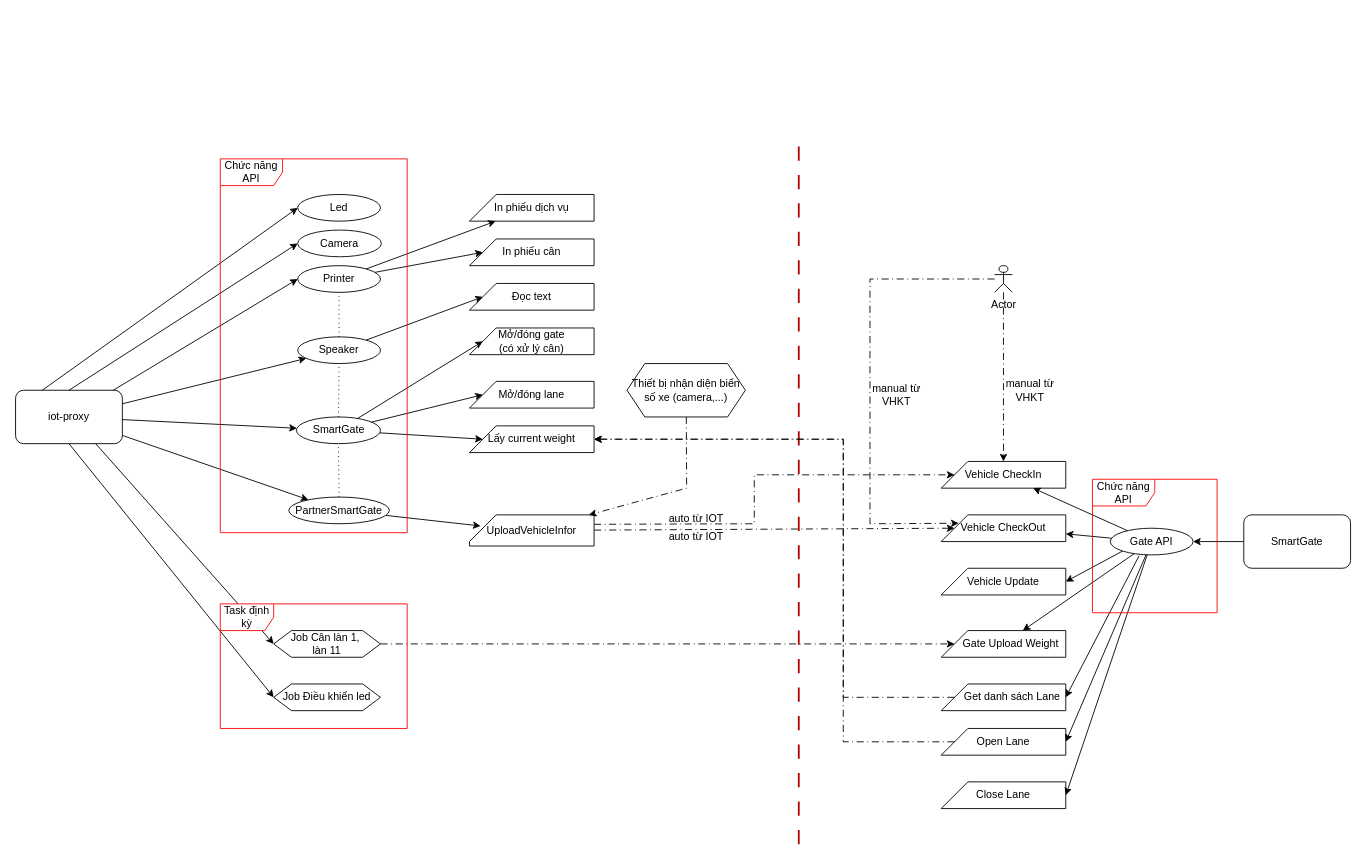
hiep1097/drawio keeps this draw.io diagram as SmartGate.drawio. Above is the earlier version. Source tidied: cells renumbered, new cells numbered last; positions are measured from the earlier drawing's top-left corner, leaving out a move shared by most shapes. Both pictures are drawn from the tidied source at 89%, with x=0, y=0 at pixel (15, 132).
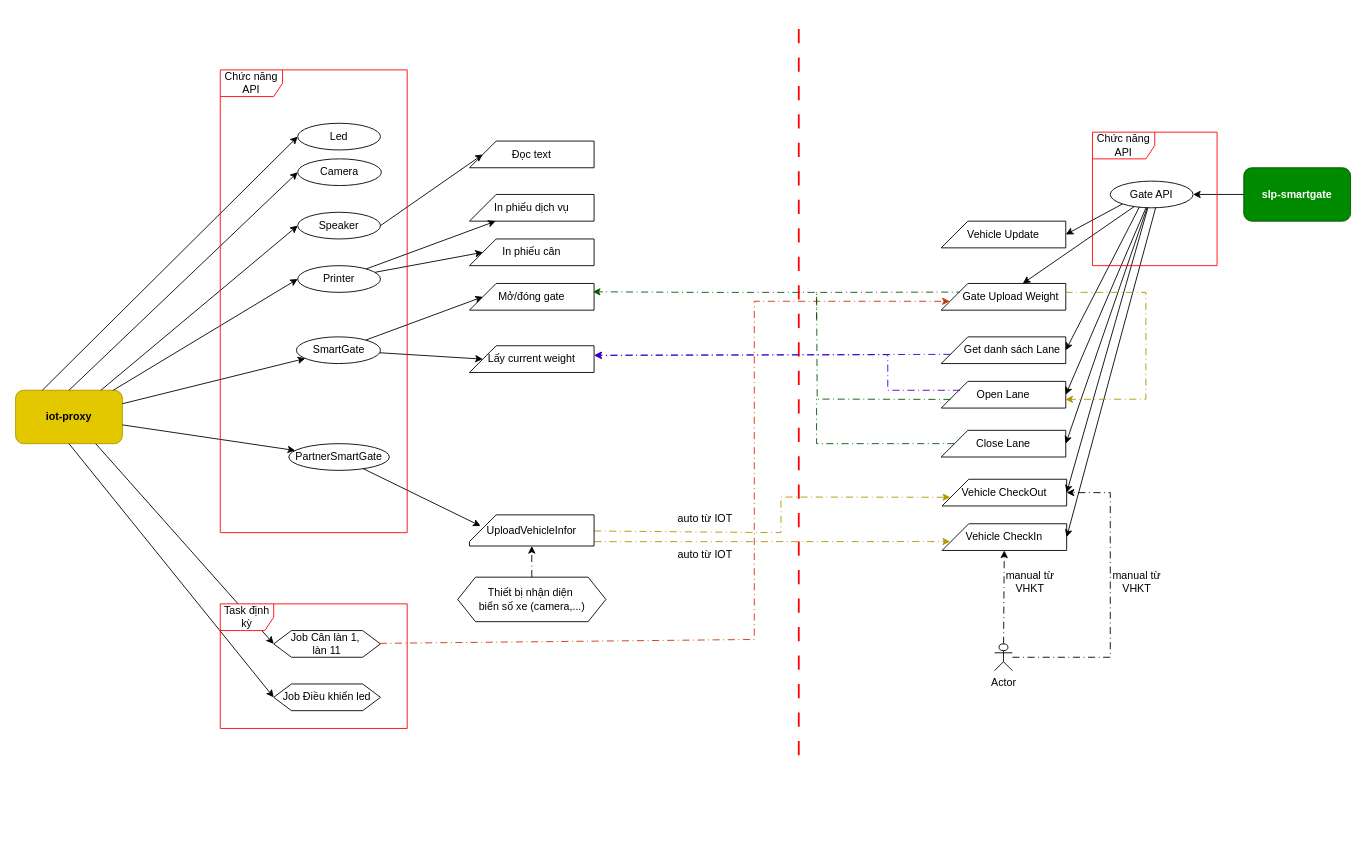
Above is the later version.

Commit message:
Cập nhật SmartGate.drawio

The change refers to these unchanged cells:
```xml
<mxCell id="3" value="Printer" style="ellipse;whiteSpace=wrap;html=1;" parent="1" vertex="1">
  <mxGeometry x="317" y="150" width="93" height="30" as="geometry" />
</mxCell>
<mxCell id="35" value="UploadVehicleInfor" style="shape=card;whiteSpace=wrap;html=1;" parent="1" vertex="1">
  <mxGeometry x="510" y="430" width="140" height="35" as="geometry" />
</mxCell>
<mxCell id="48" value="Job Cân làn 1,&amp;nbsp;&lt;div&gt;làn 11&lt;/div&gt;" style="shape=hexagon;perimeter=hexagonPerimeter2;whiteSpace=wrap;html=1;fixedSize=1;" parent="1" vertex="1">
  <mxGeometry x="290" y="560" width="120" height="30" as="geometry" />
</mxCell>
```

The edit, as a diff of the source:
```diff
@@
-    <mxCell id="2" value="iot-p&lt;span style=&quot;background-color: transparent; color: light-dark(rgb(0, 0, 0), rgb(255, 255, 255));&quot;&gt;roxy&lt;/span&gt;" style="rounded=1;whiteSpace=wrap;html=1;" parent="1" vertex="1">
+    <mxCell id="2" value="iot-p&lt;span style=&quot;background-color: transparent; color: light-dark(rgb(0, 0, 0), rgb(255, 255, 255));&quot;&gt;roxy&lt;/span&gt;" style="rounded=1;whiteSpace=wrap;html=1;fontStyle=1;fillColor=#e3c800;fontColor=#000000;strokeColor=#B09500;" parent="1" vertex="1">
       <mxGeometry y="290" width="120" height="60" as="geometry" />
     </mxCell>
@@
     <mxCell id="4" value="Speaker" style="ellipse;whiteSpace=wrap;html=1;" parent="1" vertex="1">
-      <mxGeometry x="317" y="230" width="93" height="30" as="geometry" />
+      <mxGeometry x="317" y="90" width="93" height="30" as="geometry" />
     </mxCell>
     <mxCell id="5" value="Camera" style="ellipse;whiteSpace=wrap;html=1;" parent="1" vertex="1">
-      <mxGeometry x="317" y="110" width="94" height="30" as="geometry" />
+      <mxGeometry x="317" y="30" width="94" height="30" as="geometry" />
     </mxCell>
     <mxCell id="6" value="SmartGate" style="ellipse;whiteSpace=wrap;html=1;" parent="1" vertex="1">
-      <mxGeometry x="315.5" y="320" width="94.5" height="30" as="geometry" />
+      <mxGeometry x="315.5" y="230" width="94.5" height="30" as="geometry" />
     </mxCell>
-    <mxCell id="7" value="Mở/đóng gate&lt;div&gt;(có xử lý cân)&lt;/div&gt;" style="shape=card;whiteSpace=wrap;html=1;" parent="1" vertex="1">
-      <mxGeometry x="510" y="220" width="140" height="30" as="geometry" />
+    <mxCell id="7" value="Mở/đóng gate" style="shape=card;whiteSpace=wrap;html=1;" parent="1" vertex="1">
+      <mxGeometry x="510" y="170" width="140" height="30" as="geometry" />
     </mxCell>
-    <mxCell id="8" value="Mở/đóng lane" style="shape=card;whiteSpace=wrap;html=1;" parent="1" vertex="1">
-      <mxGeometry x="510" y="280" width="140" height="30" as="geometry" />
-    </mxCell>
     <mxCell id="9" value="Led" style="ellipse;whiteSpace=wrap;html=1;" parent="1" vertex="1">
-      <mxGeometry x="317" y="70" width="93" height="30" as="geometry" />
+      <mxGeometry x="317" y="-10" width="93" height="30" as="geometry" />
     </mxCell>
@@
-    <mxCell id="13" style="endArrow=classic;html=1;rounded=0;" parent="1" edge="1" source="2" target="4">
+    <mxCell id="13" style="endArrow=classic;html=1;rounded=0;entryX=0;entryY=0.5;entryDx=0;entryDy=0;" parent="1" edge="1" source="2" target="4">
       <mxGeometry relative="1" as="geometry" />
     </mxCell>
@@
-    <mxCell id="16" style="endArrow=classic;html=1;rounded=0;entryX=0;entryY=0;entryDx=15;entryDy=15;entryPerimeter=0;" parent="1" edge="1" source="6" target="8">
-      <mxGeometry relative="1" as="geometry" />
-    </mxCell>
     <mxCell id="17" value="Lấy current weight" style="shape=card;whiteSpace=wrap;html=1;" parent="1" vertex="1">
-      <mxGeometry x="510" y="330" width="140" height="30" as="geometry" />
+      <mxGeometry x="510" y="240" width="140" height="30" as="geometry" />
     </mxCell>
@@
-    <mxCell id="19" value="SmartGate" style="rounded=1;whiteSpace=wrap;html=1;" parent="1" vertex="1">
-      <mxGeometry x="1380" y="430" width="120" height="60" as="geometry" />
+    <mxCell id="19" value="slp-smartgate" style="rounded=1;whiteSpace=wrap;html=1;fontStyle=1;fillColor=#008a00;fontColor=#ffffff;strokeColor=#005700;" parent="1" vertex="1">
+      <mxGeometry x="1380" y="40" width="120" height="60" as="geometry" />
     </mxCell>
     <mxCell id="20" value="Gate API" style="ellipse;whiteSpace=wrap;html=1;" parent="1" vertex="1">
-      <mxGeometry x="1230" y="445" width="93" height="30" as="geometry" />
+      <mxGeometry x="1230" y="55" width="93" height="30" as="geometry" />
     </mxCell>
     <mxCell id="21" value="Vehicle CheckIn" style="shape=card;whiteSpace=wrap;html=1;" parent="1" vertex="1">
-      <mxGeometry x="1040" y="370" width="140" height="30" as="geometry" />
+      <mxGeometry x="1041" y="440" width="140" height="30" as="geometry" />
     </mxCell>
     <mxCell id="22" value="Vehicle CheckOut" style="shape=card;whiteSpace=wrap;html=1;" parent="1" vertex="1">
-      <mxGeometry x="1040" y="430" width="140" height="30" as="geometry" />
+      <mxGeometry x="1041" y="390" width="140" height="30" as="geometry" />
     </mxCell>
@@
-    <mxCell id="24" style="endArrow=classic;html=1;rounded=0;" parent="1" edge="1" source="20" target="21">
+    <mxCell id="24" style="endArrow=classic;html=1;rounded=0;exitX=0.548;exitY=0.997;exitDx=0;exitDy=0;exitPerimeter=0;entryX=1;entryY=0.5;entryDx=0;entryDy=0;entryPerimeter=0;" parent="1" edge="1" source="20" target="21">
       <mxGeometry relative="1" as="geometry" />
     </mxCell>
-    <mxCell id="25" style="endArrow=classic;html=1;rounded=0;" parent="1" edge="1" source="20" target="22">
+    <mxCell id="25" style="endArrow=classic;html=1;rounded=0;entryX=1;entryY=0.5;entryDx=0;entryDy=0;entryPerimeter=0;" parent="1" edge="1" source="20" target="22">
       <mxGeometry relative="1" as="geometry" />
     </mxCell>
     <mxCell id="26" value="PartnerSmartGate" style="ellipse;whiteSpace=wrap;html=1;" parent="1" vertex="1">
-      <mxGeometry x="307" y="410" width="113" height="30" as="geometry" />
+      <mxGeometry x="307" y="350" width="113" height="30" as="geometry" />
     </mxCell>
@@
-    <mxCell id="28" style="endArrow=classic;html=1;rounded=0;dashed=1;entryX=0;entryY=0;entryDx=15;entryDy=15;entryPerimeter=0;exitX=0.999;exitY=0.303;exitDx=0;exitDy=0;exitPerimeter=0;dashPattern=8 4 1 4;" parent="1" edge="1" source="35" target="21">
+    <mxCell id="28" style="endArrow=classic;html=1;rounded=0;dashed=1;exitX=1.003;exitY=0.86;exitDx=0;exitDy=0;exitPerimeter=0;dashPattern=8 4 1 4;fillColor=#e3c800;strokeColor=#B09500;" parent="1" edge="1" source="35">
       <mxGeometry relative="1" as="geometry">
-        <Array as="points">
-          <mxPoint x="830" y="440" />
-          <mxPoint x="830" y="385" />
-        </Array>
+        <mxPoint x="1050" y="460" as="targetPoint" />
       </mxGeometry>
     </mxCell>
     <mxCell id="29" value="auto từ IOT" style="text;html=1;whiteSpace=wrap;strokeColor=none;fillColor=none;align=center;verticalAlign=middle;rounded=0;" parent="1" vertex="1">
-      <mxGeometry x="720" y="420" width="90" height="30" as="geometry" />
+      <mxGeometry x="730" y="420" width="90" height="30" as="geometry" />
     </mxCell>
     <mxCell id="30" value="Actor" style="shape=umlActor;verticalLabelPosition=bottom;verticalAlign=top;html=1;outlineConnect=0;" parent="1" vertex="1">
-      <mxGeometry x="1100" y="150" width="20" height="30" as="geometry" />
+      <mxGeometry x="1100" y="575" width="20" height="30" as="geometry" />
     </mxCell>
@@
     <mxCell id="32" value="manual từ VHKT" style="text;html=1;whiteSpace=wrap;strokeColor=none;fillColor=none;align=center;verticalAlign=middle;rounded=0;" parent="1" vertex="1">
-      <mxGeometry x="1110" y="275" width="60" height="30" as="geometry" />
+      <mxGeometry x="1110" y="490" width="60" height="30" as="geometry" />
     </mxCell>
-    <mxCell id="33" style="endArrow=classic;html=1;rounded=0;dashed=1;entryX=0;entryY=0;entryDx=15;entryDy=15;entryPerimeter=0;dashPattern=8 4 1 4;" parent="1" edge="1" source="35" target="22">
-      <mxGeometry relative="1" as="geometry" />
+    <mxCell id="33" style="endArrow=classic;html=1;rounded=0;dashed=1;entryX=0.066;entryY=0.674;entryDx=0;entryDy=0;entryPerimeter=0;dashPattern=8 4 1 4;fillColor=#e3c800;strokeColor=#B09500;" parent="1" edge="1" source="35" target="22">
+      <mxGeometry relative="1" as="geometry">
+        <Array as="points">
+          <mxPoint x="860" y="450" />
+          <mxPoint x="860" y="410" />
+        </Array>
+      </mxGeometry>
     </mxCell>
-    <mxCell id="34" style="endArrow=classic;html=1;rounded=0;dashed=1;entryX=0.14;entryY=0.314;entryDx=0;entryDy=0;entryPerimeter=0;dashPattern=8 4 1 4;" parent="1" edge="1" source="30" target="22">
+    <mxCell id="34" style="endArrow=classic;html=1;rounded=0;dashed=1;dashPattern=8 4 1 4;" parent="1" edge="1" source="30" target="22">
       <mxGeometry relative="1" as="geometry">
         <Array as="points">
-          <mxPoint x="960" y="165" />
-          <mxPoint x="960" y="440" />
+          <mxPoint x="1230" y="590" />
+          <mxPoint x="1230" y="405" />
         </Array>
       </mxGeometry>
     </mxCell>
@@
     <mxCell id="37" value="auto từ IOT" style="text;html=1;whiteSpace=wrap;strokeColor=none;fillColor=none;align=center;verticalAlign=middle;rounded=0;" parent="1" vertex="1">
-      <mxGeometry x="720" y="440" width="90" height="30" as="geometry" />
+      <mxGeometry x="730" y="460" width="90" height="30" as="geometry" />
     </mxCell>
     <mxCell id="38" value="manual từ VHKT" style="text;html=1;whiteSpace=wrap;strokeColor=none;fillColor=none;align=center;verticalAlign=middle;rounded=0;" parent="1" vertex="1">
-      <mxGeometry x="960" y="280" width="60" height="30" as="geometry" />
+      <mxGeometry x="1230" y="490" width="60" height="30" as="geometry" />
     </mxCell>
-    <mxCell id="39" value="Thiết bị nhận diện biển số xe (camera,...)" style="shape=hexagon;perimeter=hexagonPerimeter2;whiteSpace=wrap;html=1;fixedSize=1;" parent="1" vertex="1">
-      <mxGeometry x="687" y="260" width="133" height="60" as="geometry" />
+    <mxCell id="39" value="Thiết bị nhận diện&amp;nbsp;&lt;div&gt;biển số xe (camera,...)&lt;/div&gt;" style="shape=hexagon;perimeter=hexagonPerimeter2;whiteSpace=wrap;html=1;fixedSize=1;" parent="1" vertex="1">
+      <mxGeometry x="496.8" y="500" width="166.5" height="50" as="geometry" />
     </mxCell>
     <mxCell id="40" style="endArrow=classic;html=1;rounded=0;dashed=1;dashPattern=8 4 1 4;" parent="1" edge="1" source="39" target="35">
-      <mxGeometry relative="1" as="geometry">
-        <Array as="points">
-          <mxPoint x="754" y="400" />
-        </Array>
-      </mxGeometry>
+      <mxGeometry relative="1" as="geometry" />
     </mxCell>
-    <mxCell id="41" style="endArrow=none;html=1;rounded=0;dashed=1;dashPattern=8 8;strokeWidth=2;fillColor=#e51400;strokeColor=#B20000;" parent="1" edge="1">
+    <mxCell id="41" style="endArrow=none;html=1;rounded=0;dashed=1;dashPattern=8 8;strokeWidth=2;fillColor=#e51400;strokeColor=#FF0000;" parent="1" edge="1">
       <mxGeometry relative="1" as="geometry">
-        <mxPoint x="880" y="800" as="sourcePoint" />
-        <mxPoint x="880" as="targetPoint" />
+        <mxPoint x="880" y="700" as="sourcePoint" />
+        <mxPoint x="880" y="-130" as="targetPoint" />
       </mxGeometry>
     </mxCell>
@@
-    <mxCell id="46" style="endArrow=none;dashed=1;html=1;rounded=0;exitX=0.5;exitY=0;exitDx=0;exitDy=0;dashPattern=1 4;" parent="1" edge="1" source="4" target="3">
-      <mxGeometry relative="1" as="geometry" />
-    </mxCell>
-    <mxCell id="47" style="endArrow=none;dashed=1;html=1;rounded=0;dashPattern=1 4;" parent="1" edge="1" source="26" target="6">
-      <mxGeometry relative="1" as="geometry" />
-    </mxCell>
@@
     <mxCell id="49" value="&amp;nbsp; &amp;nbsp; &amp;nbsp;Gate Upload Weight" style="shape=card;whiteSpace=wrap;html=1;" parent="1" vertex="1">
-      <mxGeometry x="1040" y="560" width="140" height="30" as="geometry" />
+      <mxGeometry x="1040" y="170" width="140" height="30" as="geometry" />
     </mxCell>
     <mxCell id="50" value="Open Lane" style="shape=card;whiteSpace=wrap;html=1;" parent="1" vertex="1">
-      <mxGeometry x="1040" y="670" width="140" height="30" as="geometry" />
+      <mxGeometry x="1040" y="280" width="140" height="30" as="geometry" />
     </mxCell>
     <mxCell id="51" value="Close Lane" style="shape=card;whiteSpace=wrap;html=1;" parent="1" vertex="1">
-      <mxGeometry x="1040" y="730" width="140" height="30" as="geometry" />
+      <mxGeometry x="1040" y="335" width="140" height="30" as="geometry" />
     </mxCell>
     <mxCell id="52" value="&amp;nbsp; &amp;nbsp; &amp;nbsp; Get danh sách Lane" style="shape=card;whiteSpace=wrap;html=1;" parent="1" vertex="1">
-      <mxGeometry x="1040" y="620" width="140" height="30" as="geometry" />
+      <mxGeometry x="1040" y="230" width="140" height="30" as="geometry" />
     </mxCell>
     <mxCell id="53" value="Vehicle Update" style="shape=card;whiteSpace=wrap;html=1;" parent="1" vertex="1">
-      <mxGeometry x="1040" y="490" width="140" height="30" as="geometry" />
+      <mxGeometry x="1040" y="100" width="140" height="30" as="geometry" />
     </mxCell>
@@
-    <mxCell id="57" style="endArrow=classic;html=1;rounded=0;entryX=1;entryY=0.5;entryDx=0;entryDy=0;entryPerimeter=0;exitX=0.348;exitY=1.033;exitDx=0;exitDy=0;exitPerimeter=0;" parent="1" edge="1" source="20" target="52">
+    <mxCell id="57" style="endArrow=classic;html=1;rounded=0;entryX=1;entryY=0.5;entryDx=0;entryDy=0;entryPerimeter=0;exitX=0.352;exitY=0.967;exitDx=0;exitDy=0;exitPerimeter=0;" parent="1" edge="1" source="20" target="52">
       <mxGeometry relative="1" as="geometry" />
     </mxCell>
@@
-    <mxCell id="62" style="endArrow=none;dashed=1;html=1;rounded=0;dashPattern=1 4;" parent="1" edge="1" source="6" target="4">
-      <mxGeometry relative="1" as="geometry" />
-    </mxCell>
     <mxCell id="63" value="Đọc text" style="shape=card;whiteSpace=wrap;html=1;" parent="1" vertex="1">
-      <mxGeometry x="510" y="170" width="140" height="30" as="geometry" />
+      <mxGeometry x="510" y="10" width="140" height="30" as="geometry" />
     </mxCell>
-    <mxCell id="64" style="endArrow=classic;html=1;rounded=0;entryX=0;entryY=0;entryDx=15;entryDy=15;entryPerimeter=0;" parent="1" edge="1" source="4" target="63">
+    <mxCell id="64" style="endArrow=classic;html=1;rounded=0;entryX=0;entryY=0;entryDx=15;entryDy=15;entryPerimeter=0;exitX=1;exitY=0.5;exitDx=0;exitDy=0;" parent="1" edge="1" source="4" target="63">
       <mxGeometry relative="1" as="geometry" />
     </mxCell>
@@
     <mxCell id="66" value="Chức năng API" style="shape=umlFrame;whiteSpace=wrap;html=1;gradientColor=none;strokeColor=#FF0000;width=70;height=30;" parent="1" vertex="1">
-      <mxGeometry x="230" y="30" width="210" height="420" as="geometry" />
+      <mxGeometry x="230" y="-70" width="210" height="520" as="geometry" />
     </mxCell>
     <mxCell id="67" value="Chức năng API" style="shape=umlFrame;whiteSpace=wrap;html=1;gradientColor=none;strokeColor=#FF0000;width=70;height=30;" parent="1" vertex="1">
-      <mxGeometry x="1210" y="390" width="140" height="150" as="geometry" />
+      <mxGeometry x="1210" width="140" height="150" as="geometry" />
     </mxCell>
-    <mxCell id="68" style="endArrow=classic;html=1;rounded=0;dashed=1;entryX=0;entryY=0;entryDx=15;entryDy=15;entryPerimeter=0;dashPattern=8 4 1 4;" parent="1" edge="1" source="48" target="49">
-      <mxGeometry relative="1" as="geometry" />
+    <mxCell id="68" style="endArrow=classic;html=1;rounded=0;dashed=1;entryX=0.069;entryY=0.667;entryDx=0;entryDy=0;entryPerimeter=0;dashPattern=8 4 1 4;fillColor=#fa6800;strokeColor=#C73500;strokeWidth=1;" parent="1" edge="1" source="48" target="49">
+      <mxGeometry relative="1" as="geometry">
+        <Array as="points">
+          <mxPoint x="830" y="570" />
+          <mxPoint x="830" y="190" />
+        </Array>
+      </mxGeometry>
     </mxCell>
-    <mxCell id="69" style="endArrow=classic;html=1;rounded=0;exitX=0;exitY=0;exitDx=15;exitDy=15;exitPerimeter=0;dashed=1;dashPattern=8 4 1 4;" parent="1" edge="1" source="50" target="17">
+    <mxCell id="69" style="endArrow=classic;html=1;rounded=0;exitX=0.151;exitY=0.333;exitDx=0;exitDy=0;exitPerimeter=0;dashed=1;dashPattern=8 4 1 4;fillColor=#6a00ff;strokeColor=#3700CC;entryX=1.002;entryY=0.365;entryDx=0;entryDy=0;entryPerimeter=0;" parent="1" edge="1" source="50" target="17">
       <mxGeometry relative="1" as="geometry">
         <Array as="points">
-          <mxPoint x="930" y="685" />
-          <mxPoint x="930" y="345" />
+          <mxPoint x="980" y="290" />
+          <mxPoint x="980" y="250" />
         </Array>
       </mxGeometry>
     </mxCell>
-    <mxCell id="70" style="endArrow=classic;html=1;rounded=0;exitX=0;exitY=0;exitDx=15;exitDy=15;exitPerimeter=0;dashed=1;dashPattern=8 4 1 4;" parent="1" edge="1" source="52" target="17">
+    <mxCell id="70" style="endArrow=classic;html=1;rounded=0;exitX=0.075;exitY=0.655;exitDx=0;exitDy=0;exitPerimeter=0;dashed=1;dashPattern=8 4 1 4;fillColor=#6a00ff;strokeColor=#3700CC;entryX=1.001;entryY=0.352;entryDx=0;entryDy=0;entryPerimeter=0;" parent="1" edge="1" source="52" target="17">
       <mxGeometry relative="1" as="geometry">
         <Array as="points">
-          <mxPoint x="930" y="635" />
-          <mxPoint x="930" y="345" />
+          <mxPoint x="930" y="250" />
         </Array>
       </mxGeometry>
     </mxCell>
+    <mxCell id="71" style="endArrow=classic;html=1;rounded=0;entryX=0.99;entryY=0.312;entryDx=0;entryDy=0;entryPerimeter=0;dashed=1;dashPattern=8 4 1 4;exitX=0.071;exitY=0.646;exitDx=0;exitDy=0;exitPerimeter=0;fillColor=#008a00;strokeColor=#005700;" parent="1" edge="1" target="7">
+      <mxGeometry relative="1" as="geometry">
+        <mxPoint x="1050.6" y="300.3" as="sourcePoint" />
+        <Array as="points">
+          <mxPoint x="900.7" y="299.9" />
+          <mxPoint x="900" y="180" />
+          <mxPoint x="770" y="180" />
+        </Array>
+      </mxGeometry>
+    </mxCell>
+    <mxCell id="72" style="endArrow=none;dashed=1;html=1;rounded=0;exitX=0;exitY=0;exitDx=15;exitDy=15;exitPerimeter=0;dashPattern=8 4 1 4;fillColor=#008a00;strokeColor=#005700;" parent="1" edge="1" source="51">
+      <mxGeometry relative="1" as="geometry">
+        <mxPoint x="900" y="300" as="targetPoint" />
+        <Array as="points">
+          <mxPoint x="900" y="350" />
+        </Array>
+      </mxGeometry>
+    </mxCell>
+    <mxCell id="73" style="endArrow=classic;html=1;rounded=0;exitX=0.998;exitY=0.333;exitDx=0;exitDy=0;exitPerimeter=0;entryX=0.997;entryY=0.674;entryDx=0;entryDy=0;entryPerimeter=0;fillColor=#e3c800;strokeColor=#B09500;dashed=1;dashPattern=8 4 1 4;" parent="1" edge="1" source="49" target="50">
+      <mxGeometry relative="1" as="geometry">
+        <Array as="points">
+          <mxPoint x="1270" y="180" />
+          <mxPoint x="1270" y="300" />
+        </Array>
+      </mxGeometry>
+    </mxCell>
+    <mxCell id="74" style="endArrow=none;dashed=1;html=1;rounded=0;entryX=0.149;entryY=0.323;entryDx=0;entryDy=0;entryPerimeter=0;dashPattern=8 4 1 4;fillColor=#008a00;strokeColor=#005700;" parent="1" edge="1" target="49">
+      <mxGeometry relative="1" as="geometry">
+        <mxPoint x="900" y="210" as="sourcePoint" />
+        <Array as="points">
+          <mxPoint x="900" y="180" />
+        </Array>
+      </mxGeometry>
+    </mxCell>
```
